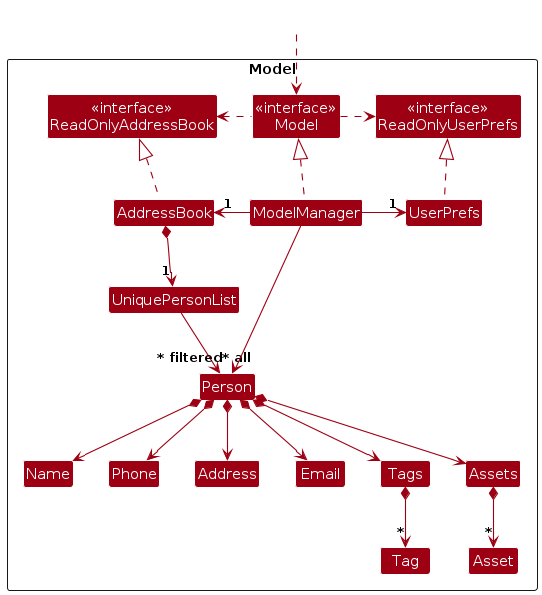
Before: diagrams/ModelClassDiagram.png, a diagram exported from PlantUML (AY2324S2-CS2103T-W12-3/tp). Its source is kept beside it as diagrams/ModelClassDiagram.puml.
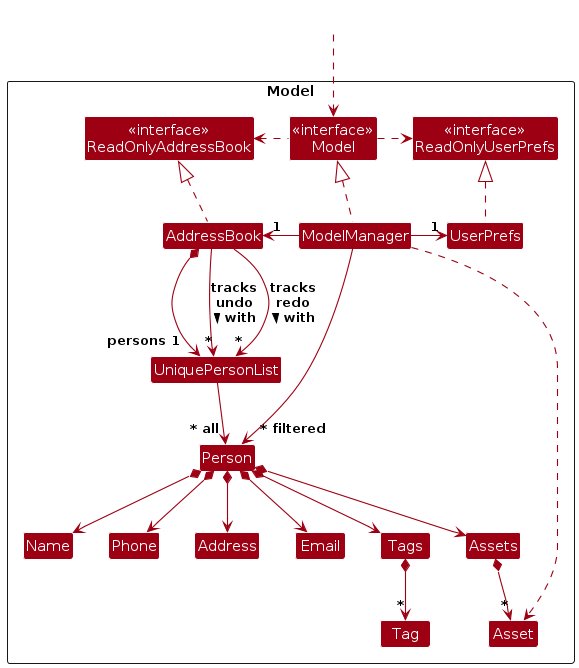
After the change.

The edit, as a diff of the source:
```diff
@@ -37,9 +37,12 @@
 Model .left.> ReadOnlyAddressBook
 ModelManager -left-> "1" AddressBook
 ModelManager -right-> "1" UserPrefs
+ModelManager ..> Asset
 UserPrefs .up.|> ReadOnlyUserPrefs
 
-AddressBook *--> "1" UniquePersonList
+AddressBook *--> "persons 1" UniquePersonList
+AddressBook --> "~*" UniquePersonList : tracks\nundo\nwith >
+AddressBook --> "~*" UniquePersonList : tracks\nredo\nwith >
 UniquePersonList --> "~* all" Person
 Person *--> Name
 Person *--> Phone
```
